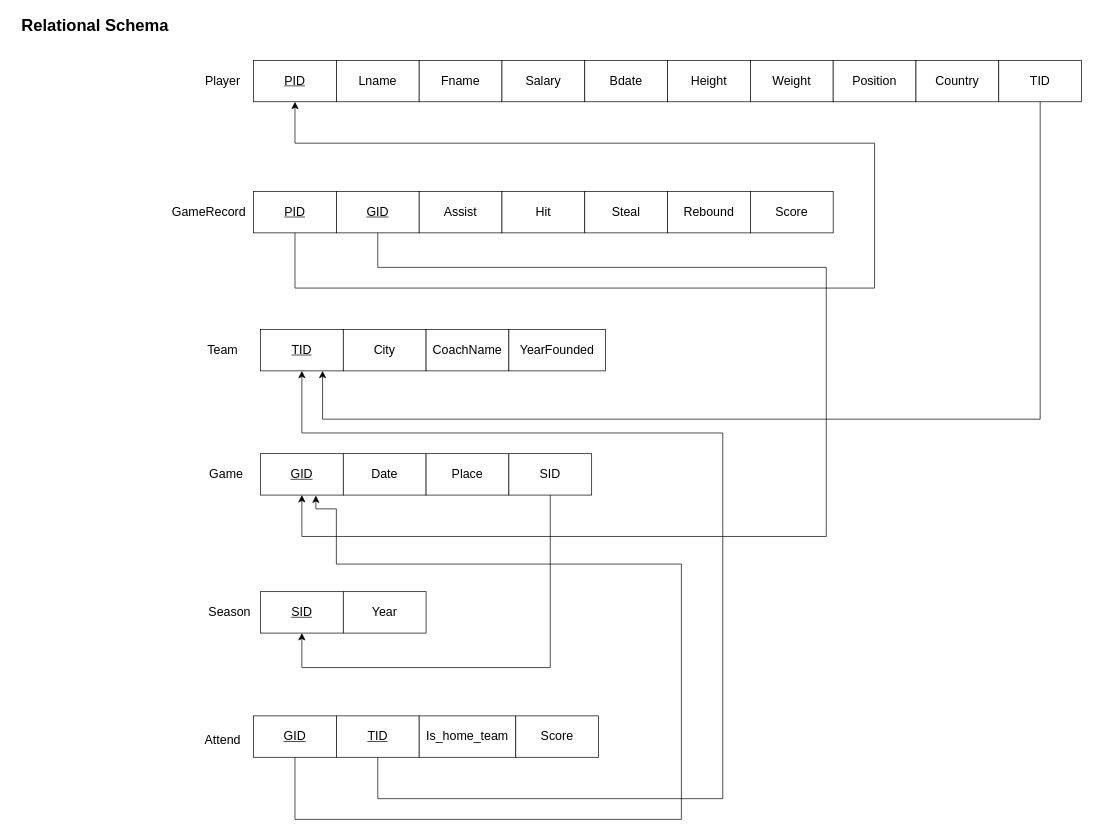
This is diagrams/Relational Schema.drawio from Basketball-Competition-Dashboard/doc, a draw.io file, before an edit. Source tidied: cells renumbered, new cells numbered last; positions are measured from the earlier drawing's top-left corner, leaving out a move shared by most shapes. Both pictures are drawn from the tidied source at 69%, with x=0, y=0 at pixel (12, 12).
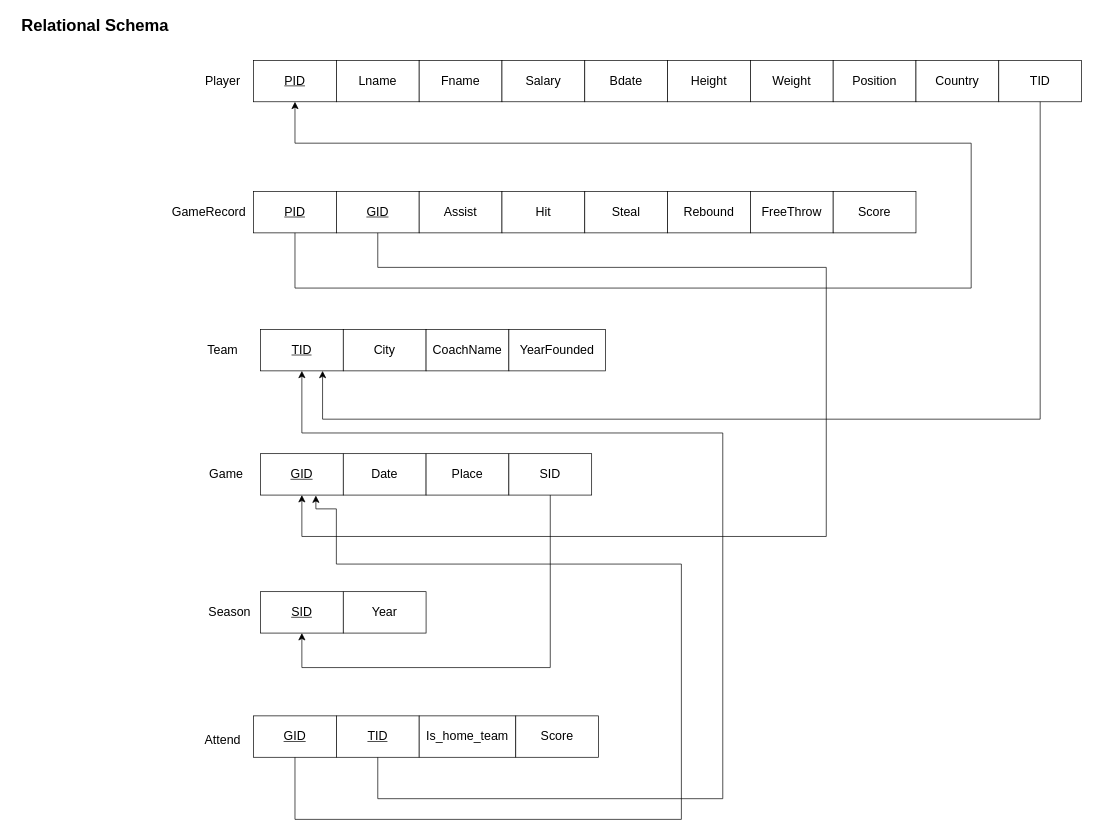
The same page after the edit.

Commit message (it also covers changes not shown here):
(feat): Add FreeThrow column in GameRecord table

Unchanged cells that the change refers to:
```xml
<mxCell id="2" value="&lt;u style=&quot;font-size: 18px;&quot;&gt;&lt;font style=&quot;font-size: 18px;&quot;&gt;PID&lt;/font&gt;&lt;/u&gt;" style="rounded=0;whiteSpace=wrap;html=1;fontSize=18;" parent="1" vertex="1">
  <mxGeometry x="350" y="70" width="120" height="60" as="geometry" />
</mxCell>
<mxCell id="12" value="&lt;u style=&quot;font-size: 18px;&quot;&gt;PID&lt;/u&gt;" style="rounded=0;whiteSpace=wrap;html=1;fontSize=18;" parent="1" vertex="1">
  <mxGeometry x="350" y="260" width="120" height="60" as="geometry" />
</mxCell>
```

Change to the diagram source:
```diff
@@
-    <mxCell id="19" value="Score" style="rounded=0;whiteSpace=wrap;html=1;fontSize=18;" parent="1" vertex="1">
+    <mxCell id="19" value="FreeThrow" style="rounded=0;whiteSpace=wrap;html=1;fontSize=18;" parent="1" vertex="1">
       <mxGeometry x="1070" y="260" width="120" height="60" as="geometry" />
     </mxCell>
@@
     <mxCell id="38" style="edgeStyle=segmentEdgeStyle;endArrow=classic;html=1;curved=0;rounded=0;endSize=8;startSize=8;entryX=0.5;entryY=1;entryDx=0;entryDy=0;exitX=0.5;exitY=1;exitDx=0;exitDy=0;fontSize=18;" parent="1" edge="1" source="12" target="2">
       <mxGeometry relative="1" as="geometry">
         <Array as="points">
           <mxPoint x="410" y="400" />
-          <mxPoint x="1250" y="400" />
-          <mxPoint x="1250" y="190" />
+          <mxPoint x="1390" y="400" />
+          <mxPoint x="1390" y="190" />
           <mxPoint x="410" y="190" />
         </Array>
       </mxGeometry>
     </mxCell>
@@
+    <mxCell id="46" value="Score" style="rounded=0;whiteSpace=wrap;html=1;fontSize=18;" parent="1" vertex="1">
+      <mxGeometry x="1190" y="260" width="120" height="60" as="geometry" />
+    </mxCell>
```
